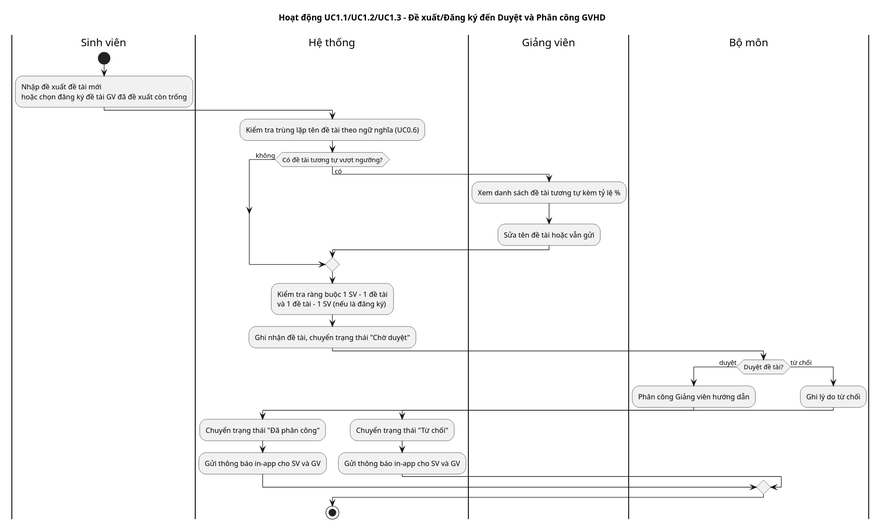
This is docs/chuong-2-khao-sat-phan-tich/uc/act-uc1-de-xuat-dang-ky-de-tai.svg from dtc235200036-alt/ICTU-DATN-NguyenThiMaiAnh, a PlantUML export, as it was before one commit.
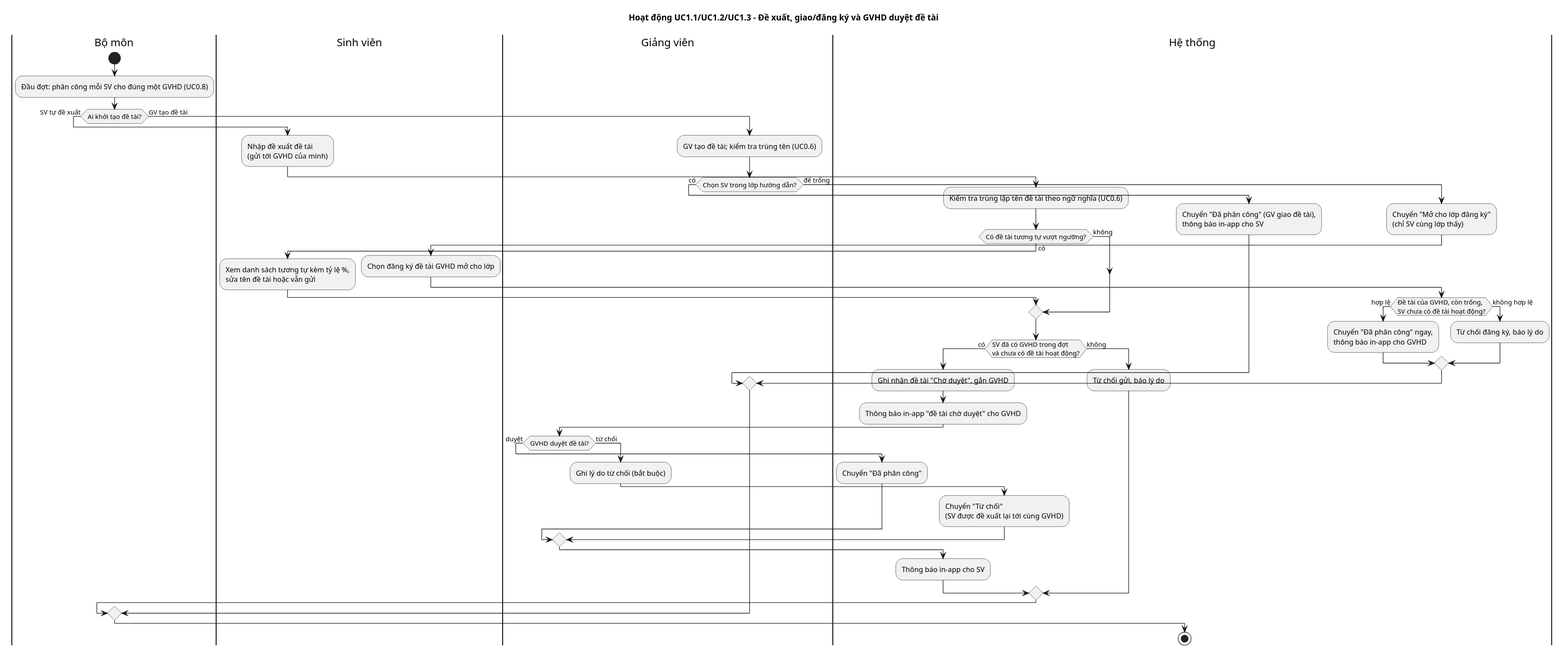
The same diagram one commit later.

The edit, as a diff of the source:
```diff
@@ -5,37 +5,61 @@
 skinparam backgroundColor white
 skinparam classAttributeIconSize 0
 !pragma layout smetana
-title Hoạt động UC1.1/UC1.2/UC1.3 - Đề xuất/Đăng ký đến Duyệt và Phân công GVHD
-
-|Sinh viên|
-start
-:Nhập đề xuất đề tài mới\nhoặc chọn đăng ký đề tài GV đã đề xuất còn trống;
-
-|Hệ thống|
-:Kiểm tra trùng lặp tên đề tài theo ngữ nghĩa (UC0.6);
-if (Có đề tài tương tự vượt ngưỡng?) then (có)
-  |Giảng viên|
-  :Xem danh sách đề tài tương tự kèm tỷ lệ %;
-  :Sửa tên đề tài hoặc vẫn gửi;
-else (không)
-endif
-
-|Hệ thống|
-:Kiểm tra ràng buộc 1 SV - 1 đề tài\nvà 1 đề tài - 1 SV (nếu là đăng ký);
-:Ghi nhận đề tài, chuyển trạng thái "Chờ duyệt";
+title Hoạt động UC1.1/UC1.2/UC1.3 - Đề xuất, giao/đăng ký và GVHD duyệt đề tài
 
 |Bộ môn|
-if (Duyệt đề tài?) then (duyệt)
-  :Phân công Giảng viên hướng dẫn;
+|Sinh viên|
+|Giảng viên|
+|Hệ thống|
+|Bộ môn|
+start
+:Đầu đợt: phân công mỗi SV cho đúng một GVHD (UC0.8);
+if (Ai khởi tạo đề tài?) then (SV tự đề xuất)
+  |Sinh viên|
+  :Nhập đề xuất đề tài\n(gửi tới GVHD của mình);
   |Hệ thống|
-  :Chuyển trạng thái "Đã phân công";
-  :Gửi thông báo in-app cho SV và GV;
-else (từ chối)
-  |Bộ môn|
-  :Ghi lý do từ chối;
+  :Kiểm tra trùng lặp tên đề tài theo ngữ nghĩa (UC0.6);
+  if (Có đề tài tương tự vượt ngưỡng?) then (có)
+    |Sinh viên|
+    :Xem danh sách tương tự kèm tỷ lệ %,\nsửa tên đề tài hoặc vẫn gửi;
+  else (không)
+  endif
   |Hệ thống|
-  :Chuyển trạng thái "Từ chối";
-  :Gửi thông báo in-app cho SV và GV;
+  if (SV đã có GVHD trong đợt\nvà chưa có đề tài hoạt động?) then (có)
+    :Ghi nhận đề tài "Chờ duyệt", gắn GVHD;
+    :Thông báo in-app "đề tài chờ duyệt" cho GVHD;
+    |Giảng viên|
+    if (GVHD duyệt đề tài?) then (duyệt)
+      |Hệ thống|
+      :Chuyển "Đã phân công";
+    else (từ chối)
+      |Giảng viên|
+      :Ghi lý do từ chối (bắt buộc);
+      |Hệ thống|
+      :Chuyển "Từ chối"\n(SV được đề xuất lại tới cùng GVHD);
+    endif
+    :Thông báo in-app cho SV;
+  else (không)
+    :Từ chối gửi, báo lý do;
+  endif
+else (GV tạo đề tài)
+  |Giảng viên|
+  :GV tạo đề tài; kiểm tra trùng tên (UC0.6);
+  if (Chọn SV trong lớp hướng dẫn?) then (có)
+    |Hệ thống|
+    :Chuyển "Đã phân công" (GV giao đề tài),\nthông báo in-app cho SV;
+  else (để trống)
+    |Hệ thống|
+    :Chuyển "Mở cho lớp đăng ký"\n(chỉ SV cùng lớp thấy);
+    |Sinh viên|
+    :Chọn đăng ký đề tài GVHD mở cho lớp;
+    |Hệ thống|
+    if (Đề tài của GVHD, còn trống,\nSV chưa có đề tài hoạt động?) then (hợp lệ)
+      :Chuyển "Đã phân công" ngay,\nthông báo in-app cho GVHD;
+    else (không hợp lệ)
+      :Từ chối đăng ký, báo lý do;
+    endif
+  endif
 endif
 
 stop
```
